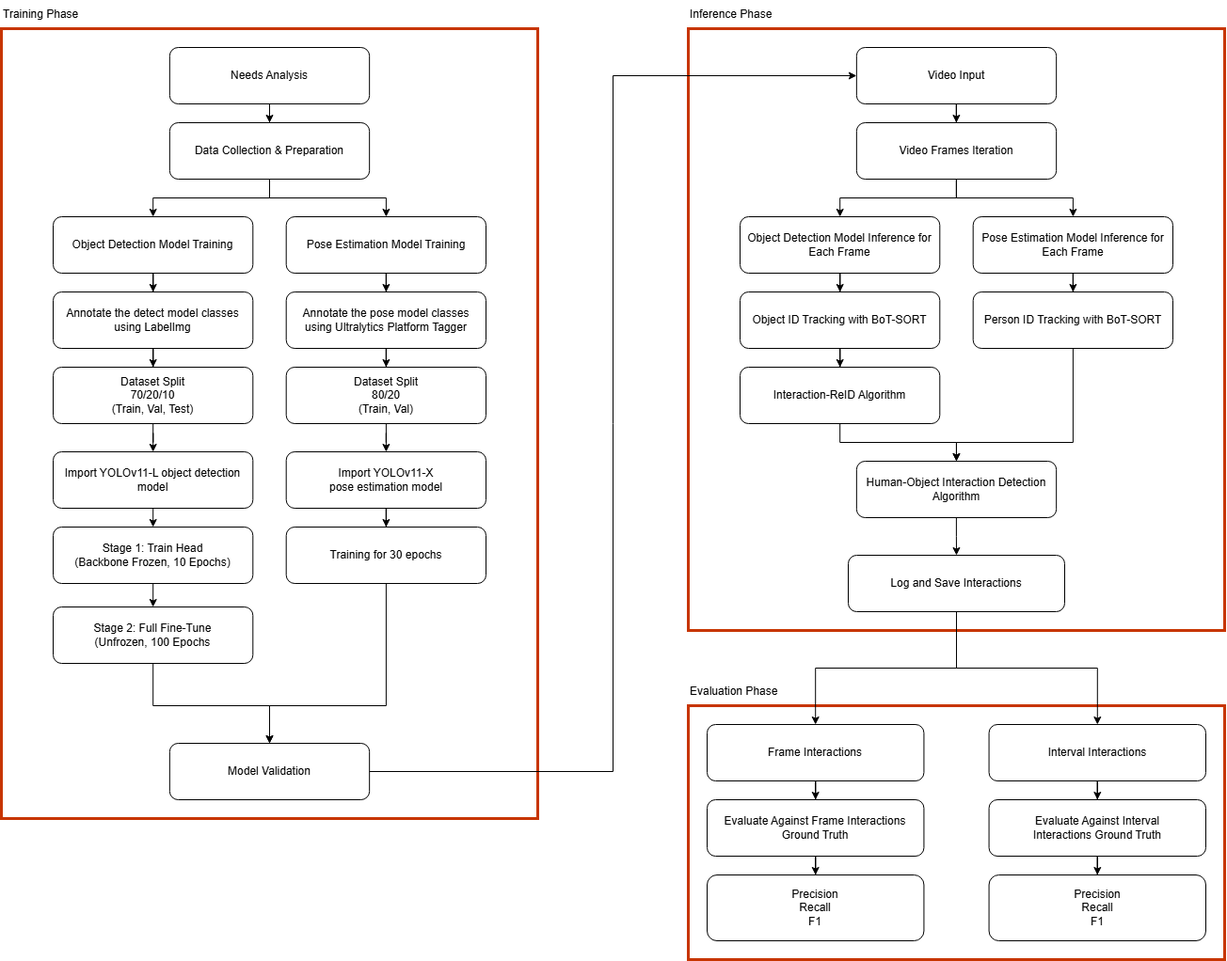
This is docs/ConceptualFramework_Final.drawio.png from gabrieljamesbenedict/thesis, a draw.io export, as it was before one commit. Source tidied: cells renumbered, new cells last; positions are measured from the earlier drawing's top-left corner, leaving out a move shared by most shapes.
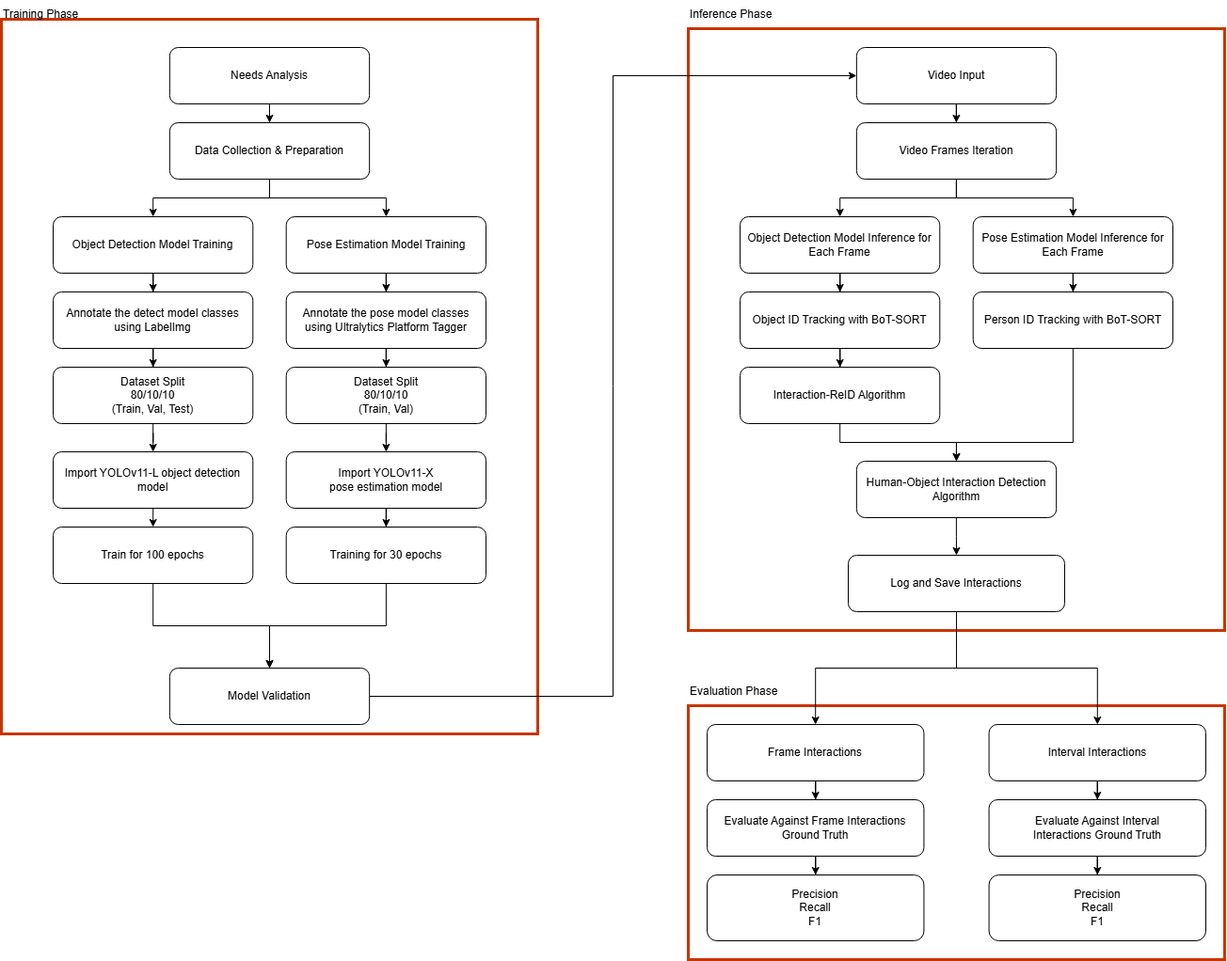
After the commit.

The edit, as a diff of the source:
```diff
@@ -3,7 +3,7 @@
     <mxCell id="0" />
     <mxCell id="1" parent="0" />
     <mxCell id="2" style="rounded=0;whiteSpace=wrap;html=1;fillColor=none;fontColor=#000000;strokeColor=#C73500;strokeWidth=3;" parent="1" vertex="1">
-      <mxGeometry y="30" width="570" height="840" as="geometry" />
+      <mxGeometry y="20" width="570" height="760" as="geometry" />
     </mxCell>
     <mxCell id="3" style="rounded=0;whiteSpace=wrap;html=1;fillColor=none;fontColor=#000000;strokeColor=#C73500;strokeWidth=3;" parent="1" vertex="1">
       <mxGeometry x="730" y="30" width="570" height="640" as="geometry" />
@@ -125,7 +125,7 @@
       <mxGeometry x="730" y="720" width="170" height="30" as="geometry" />
     </mxCell>
     <mxCell id="41" value="Model Validation" style="rounded=1;whiteSpace=wrap;html=1;" parent="1" vertex="1">
-      <mxGeometry x="178.8" y="790" width="212.3" height="60" as="geometry" />
+      <mxGeometry x="178.8" y="710" width="212.3" height="60" as="geometry" />
     </mxCell>
     <mxCell id="42" value="Needs Analysis" style="rounded=1;whiteSpace=wrap;html=1;" parent="1" vertex="1">
       <mxGeometry x="178.8" y="50" width="212.3" height="60" as="geometry" />
@@ -139,10 +139,10 @@
     <mxCell id="45" value="Pose Estimation Model Training" style="rounded=1;whiteSpace=wrap;html=1;" parent="1" vertex="1">
       <mxGeometry x="302.7" y="230" width="212.3" height="60" as="geometry" />
     </mxCell>
-    <mxCell id="46" value="Dataset Split&lt;div&gt;70/20/10&lt;/div&gt;&lt;div&gt;(Train, Val, Test)&lt;/div&gt;" style="rounded=1;whiteSpace=wrap;html=1;" parent="1" vertex="1">
+    <mxCell id="46" value="Dataset Split&lt;div&gt;80/10/10&lt;/div&gt;&lt;div&gt;(Train, Val, Test)&lt;/div&gt;" style="rounded=1;whiteSpace=wrap;html=1;" parent="1" vertex="1">
       <mxGeometry x="55" y="390" width="212.3" height="60" as="geometry" />
     </mxCell>
-    <mxCell id="47" value="Dataset Split&lt;div&gt;80/20&lt;/div&gt;&lt;div&gt;(Train, Val)&lt;/div&gt;" style="rounded=1;whiteSpace=wrap;html=1;" parent="1" vertex="1">
+    <mxCell id="47" value="Dataset Split&lt;div&gt;&lt;span style=&quot;background-color: transparent; color: light-dark(#000000, var(--ge-light-color, #ffffff));&quot;&gt;80/10/10&lt;/span&gt;&lt;/div&gt;&lt;div&gt;&lt;span style=&quot;background-color: transparent; color: light-dark(#000000, var(--ge-light-color, #ffffff));&quot;&gt;(Train, Val)&lt;/span&gt;&lt;/div&gt;" style="rounded=1;whiteSpace=wrap;html=1;" parent="1" vertex="1">
       <mxGeometry x="302.7" y="390" width="212.3" height="60" as="geometry" />
     </mxCell>
     <mxCell id="48" value="Annotate the detect model classes using LabelImg" style="rounded=1;whiteSpace=wrap;html=1;" parent="1" vertex="1">
@@ -161,12 +161,7 @@
       <mxGeometry x="302.7" y="480" width="212.3" height="60" as="geometry" />
     </mxCell>
     <mxCell id="53" style="edgeStyle=orthogonalEdgeStyle;rounded=0;jettySize=auto;html=1;entryX=0.5;entryY=0;entryDx=0;entryDy=0;defaultLabelBackgroundColor=gap;" parent="1" edge="1" source="54" target="41">
-      <mxGeometry relative="1" as="geometry">
-        <Array as="points">
-          <mxPoint x="408.9" y="750" />
-          <mxPoint x="285" y="750" />
-        </Array>
-      </mxGeometry>
+      <mxGeometry relative="1" as="geometry" />
     </mxCell>
     <mxCell id="54" value="Training for 30 epochs" style="rounded=1;whiteSpace=wrap;html=1;" parent="1" vertex="1">
       <mxGeometry x="302.7" y="560" width="212.3" height="60" as="geometry" />
@@ -201,22 +196,11 @@
     <mxCell id="64" style="edgeStyle=orthogonalEdgeStyle;rounded=0;jettySize=auto;html=1;" parent="1" edge="1" source="52" target="54">
       <mxGeometry relative="1" as="geometry" />
     </mxCell>
-    <mxCell id="65" style="edgeStyle=orthogonalEdgeStyle;rounded=0;jettySize=auto;html=1;entryX=0.5;entryY=0;entryDx=0;entryDy=0;defaultLabelBackgroundColor=gap;" parent="1" edge="1" source="66" target="68">
-      <mxGeometry relative="1" as="geometry" />
-    </mxCell>
+    <mxCell id="69" style="edgeStyle=orthogonalEdgeStyle;rounded=0;jettySize=auto;html=1;entryX=0.5;entryY=0;entryDx=0;entryDy=0;defaultLabelBackgroundColor=gap;" parent="1" edge="1" source="66" target="41">
+      <mxGeometry relative="1" as="geometry" />
+    </mxCell>
-    <mxCell id="66" value="&lt;div&gt;Stage 1: Train Head&lt;/div&gt;&lt;div&gt;(Backbone Frozen, 10 Epochs)&lt;/div&gt;" style="rounded=1;whiteSpace=wrap;html=1;" parent="1" vertex="1">
+    <mxCell id="66" value="&lt;div&gt;Train for 100 epochs&lt;/div&gt;" style="rounded=1;whiteSpace=wrap;html=1;" parent="1" vertex="1">
       <mxGeometry x="55" y="560" width="212.3" height="60" as="geometry" />
     </mxCell>
-    <mxCell id="67" style="edgeStyle=orthogonalEdgeStyle;rounded=0;jettySize=auto;html=1;entryX=0.5;entryY=0;entryDx=0;entryDy=0;defaultLabelBackgroundColor=gap;" parent="1" edge="1" source="68" target="41">
-      <mxGeometry relative="1" as="geometry">
-        <Array as="points">
-          <mxPoint x="161.2" y="750" />
-          <mxPoint x="285" y="750" />
-        </Array>
-      </mxGeometry>
-    </mxCell>
-    <mxCell id="68" value="Stage 2: Full Fine-Tune&lt;div&gt;(Unfrozen, 100 Epochs&lt;/div&gt;" style="rounded=1;whiteSpace=wrap;html=1;" parent="1" vertex="1">
-      <mxGeometry x="55" y="645" width="212.3" height="60" as="geometry" />
-    </mxCell>
   </root>
 </mxGraphModel>
```
